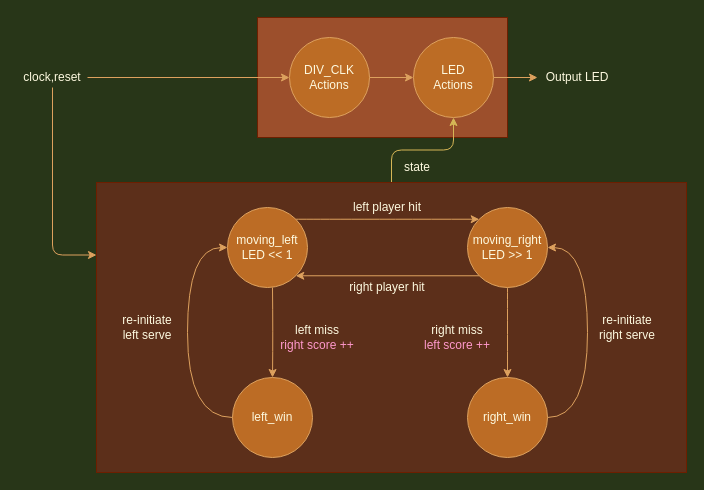
Earlier version of the draw.io diagram page "v1" (1 of 2) of Architecture/PingPong.drawio (LIAO-YANXIANG/SYSTEM-ON-CHIP-DESIGN). Source tidied: cells renumbered, new cells numbered last; positions are measured from the earlier drawing's top-left corner, leaving out a move shared by most shapes. Both pictures are drawn from the tidied source at 100%, with x=0, y=0 at pixel (17, 17).
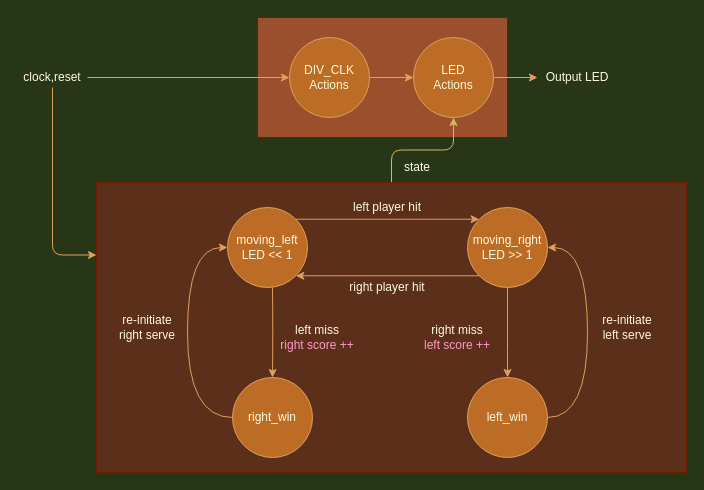
After the change.

The edit, as a diff of the source:
```diff
@@
-    <mxCell id="13" value="re-initiate&lt;br&gt;left serve" style="text;html=1;strokeColor=none;fillColor=none;align=center;verticalAlign=middle;whiteSpace=wrap;rounded=0;sketch=0;fontColor=#FEFAE0;" parent="1" vertex="1">
+    <mxCell id="13" value="re-initiate&lt;br&gt;right serve" style="text;html=1;strokeColor=none;fillColor=none;align=center;verticalAlign=middle;whiteSpace=wrap;rounded=0;sketch=0;fontColor=#FEFAE0;" parent="1" vertex="1">
       <mxGeometry x="90" y="300" width="80" height="20" as="geometry" />
     </mxCell>
-    <mxCell id="14" value="re-initiate&lt;br&gt;right serve" style="text;html=1;strokeColor=none;fillColor=none;align=center;verticalAlign=middle;whiteSpace=wrap;rounded=0;sketch=0;fontColor=#FEFAE0;" parent="1" vertex="1">
+    <mxCell id="14" value="re-initiate&lt;br&gt;left serve" style="text;html=1;strokeColor=none;fillColor=none;align=center;verticalAlign=middle;whiteSpace=wrap;rounded=0;sketch=0;fontColor=#FEFAE0;" parent="1" vertex="1">
       <mxGeometry x="570" y="300" width="80" height="20" as="geometry" />
     </mxCell>
@@
-    <mxCell id="23" value="right_win" style="ellipse;whiteSpace=wrap;html=1;rounded=0;sketch=0;strokeColor=#DDA15E;fillColor=#BC6C25;fontColor=#FEFAE0;" parent="1" vertex="1">
+    <mxCell id="23" value="left_win" style="ellipse;whiteSpace=wrap;html=1;rounded=0;sketch=0;strokeColor=#DDA15E;fillColor=#BC6C25;fontColor=#FEFAE0;" parent="1" vertex="1">
       <mxGeometry x="450" y="360" width="80" height="80" as="geometry" />
     </mxCell>
-    <mxCell id="24" value="left_win" style="ellipse;whiteSpace=wrap;html=1;rounded=0;sketch=0;strokeColor=#DDA15E;fillColor=#BC6C25;fontColor=#FEFAE0;" parent="1" vertex="1">
+    <mxCell id="24" value="right_win" style="ellipse;whiteSpace=wrap;html=1;rounded=0;sketch=0;strokeColor=#DDA15E;fillColor=#BC6C25;fontColor=#FEFAE0;" parent="1" vertex="1">
       <mxGeometry x="215" y="360" width="80" height="80" as="geometry" />
     </mxCell>
```
